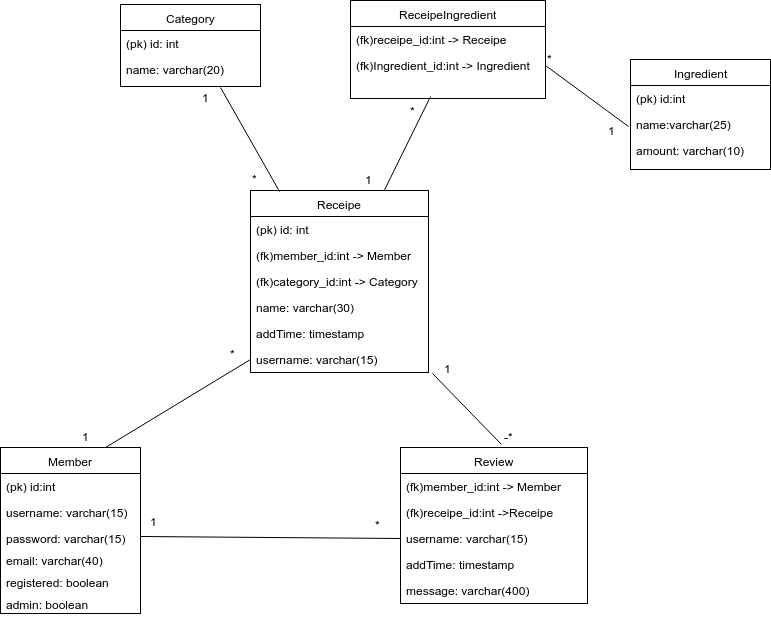
Before: doc/Tsoha-dokkarit/Relaatiotietokantakaavio.png, a diagram exported from draw.io (Zappi/Tsoha-Bootstrap). Source tidied: cells renumbered, new cells last; positions are measured from the earlier drawing's top-left corner, leaving out a move shared by most shapes. Its diagram source:
```xml
<mxGraphModel>
  <root>
    <mxCell id="0" />
    <mxCell id="1" parent="0" />
    <mxCell id="2" value="ReceipeIngredient" style="swimlane;html=1;fontStyle=0;horizontal=1;startSize=26;fillColor=none;swimlaneFillColor=#ffffff;" parent="1" vertex="1">
      <mxGeometry x="350" width="195" height="98" as="geometry" />
    </mxCell>
    <mxCell id="3" value="(fk)receipe_id:int -&amp;gt; Receipe" style="text;html=1;strokeColor=none;fillColor=none;align=left;verticalAlign=top;spacingLeft=4;spacingRight=4;whiteSpace=wrap;overflow=hidden;" parent="2" vertex="1">
      <mxGeometry y="26" width="195" height="26" as="geometry" />
    </mxCell>
    <mxCell id="4" value="(fk)Ingredient_id:int -&amp;gt; Ingredient&lt;div&gt;&lt;br&gt;&lt;/div&gt;" style="text;html=1;strokeColor=none;fillColor=none;align=left;verticalAlign=top;spacingLeft=4;spacingRight=4;whiteSpace=wrap;overflow=hidden;points=[[0,0.5],[1,0.5]];portConstraint=eastwest;" parent="2" vertex="1">
      <mxGeometry y="52" width="195" height="26" as="geometry" />
    </mxCell>
    <mxCell id="5" value="Ingredient" style="swimlane;html=1;fontStyle=0;horizontal=1;startSize=26;fillColor=none;swimlaneFillColor=#ffffff;" parent="1" vertex="1">
      <mxGeometry x="630" y="59" width="140" height="110" as="geometry" />
    </mxCell>
    <mxCell id="6" value="(pk) id:int" style="text;html=1;strokeColor=none;fillColor=none;align=left;verticalAlign=top;spacingLeft=4;spacingRight=4;whiteSpace=wrap;overflow=hidden;" parent="5" vertex="1">
      <mxGeometry y="26" width="140" height="26" as="geometry" />
    </mxCell>
    <mxCell id="7" value="name:varchar(25)" style="text;html=1;strokeColor=none;fillColor=none;align=left;verticalAlign=top;spacingLeft=4;spacingRight=4;whiteSpace=wrap;overflow=hidden;" parent="5" vertex="1">
      <mxGeometry y="52" width="140" height="26" as="geometry" />
    </mxCell>
    <mxCell id="8" value="amount: varchar(10)" style="text;html=1;strokeColor=none;fillColor=none;align=left;verticalAlign=top;spacingLeft=4;spacingRight=4;whiteSpace=wrap;overflow=hidden;" parent="5" vertex="1">
      <mxGeometry y="78" width="140" height="26" as="geometry" />
    </mxCell>
    <mxCell id="9" value="Receipe" style="swimlane;html=1;fontStyle=0;horizontal=1;startSize=26;fillColor=none;swimlaneFillColor=#ffffff;" parent="1" vertex="1">
      <mxGeometry x="250" y="190" width="178" height="182" as="geometry" />
    </mxCell>
    <mxCell id="10" value="(pk) id: int" style="text;html=1;strokeColor=none;fillColor=none;align=left;verticalAlign=top;spacingLeft=4;spacingRight=4;whiteSpace=wrap;overflow=hidden;" parent="9" vertex="1">
      <mxGeometry y="26" width="178" height="26" as="geometry" />
    </mxCell>
    <mxCell id="11" value="(fk)member_id:int -&amp;gt; Member" style="text;html=1;strokeColor=none;fillColor=none;align=left;verticalAlign=top;spacingLeft=4;spacingRight=4;whiteSpace=wrap;overflow=hidden;" parent="9" vertex="1">
      <mxGeometry y="52" width="178" height="26" as="geometry" />
    </mxCell>
    <mxCell id="12" value="(fk)category_id:int -&amp;gt; Category" style="text;html=1;strokeColor=none;fillColor=none;align=left;verticalAlign=top;spacingLeft=4;spacingRight=4;whiteSpace=wrap;overflow=hidden;" parent="9" vertex="1">
      <mxGeometry y="78" width="178" height="26" as="geometry" />
    </mxCell>
    <mxCell id="13" value="name: varchar(30)" style="text;html=1;strokeColor=none;fillColor=none;align=left;verticalAlign=top;spacingLeft=4;spacingRight=4;whiteSpace=wrap;overflow=hidden;" parent="9" vertex="1">
      <mxGeometry y="104" width="178" height="26" as="geometry" />
    </mxCell>
    <mxCell id="14" value="addTime: timestamp" style="text;html=1;strokeColor=none;fillColor=none;align=left;verticalAlign=top;spacingLeft=4;spacingRight=4;whiteSpace=wrap;overflow=hidden;" parent="9" vertex="1">
      <mxGeometry y="130" width="178" height="26" as="geometry" />
    </mxCell>
    <mxCell id="15" value="username: varchar(15)" style="text;html=1;strokeColor=none;fillColor=none;align=left;verticalAlign=top;spacingLeft=4;spacingRight=4;whiteSpace=wrap;overflow=hidden;points=[[0,0.5],[1,0.5]];portConstraint=eastwest;" parent="9" vertex="1">
      <mxGeometry y="156" width="178" height="26" as="geometry" />
    </mxCell>
    <mxCell id="16" value="Member" style="swimlane;html=1;fontStyle=0;horizontal=1;startSize=26;fillColor=none;swimlaneFillColor=#ffffff;" parent="1" vertex="1">
      <mxGeometry y="447" width="140" height="166" as="geometry" />
    </mxCell>
    <mxCell id="17" value="(pk) id:int&lt;div&gt;&lt;br&gt;&lt;/div&gt;" style="text;html=1;strokeColor=none;fillColor=none;align=left;verticalAlign=top;spacingLeft=4;spacingRight=4;whiteSpace=wrap;overflow=hidden;" parent="16" vertex="1">
      <mxGeometry y="26" width="140" height="26" as="geometry" />
    </mxCell>
    <mxCell id="18" value="username: varchar(15)&lt;div&gt;&lt;br&gt;&lt;/div&gt;" style="text;html=1;strokeColor=none;fillColor=none;align=left;verticalAlign=top;spacingLeft=4;spacingRight=4;whiteSpace=wrap;overflow=hidden;" parent="16" vertex="1">
      <mxGeometry y="52" width="140" height="26" as="geometry" />
    </mxCell>
    <mxCell id="19" value="password: varchar(15)&lt;div&gt;&lt;br&gt;&lt;/div&gt;" style="text;html=1;strokeColor=none;fillColor=none;align=left;verticalAlign=top;spacingLeft=4;spacingRight=4;whiteSpace=wrap;overflow=hidden;points=[[0,0.5],[1,0.5]];portConstraint=eastwest;" parent="16" vertex="1">
      <mxGeometry y="78" width="140" height="22" as="geometry" />
    </mxCell>
    <mxCell id="20" value="email: varchar(40)" style="text;html=1;strokeColor=none;fillColor=none;align=left;verticalAlign=top;spacingLeft=4;spacingRight=4;whiteSpace=wrap;overflow=hidden;" parent="16" vertex="1">
      <mxGeometry y="100" width="140" height="22" as="geometry" />
    </mxCell>
    <mxCell id="21" value="registered: boolean" style="text;html=1;strokeColor=none;fillColor=none;align=left;verticalAlign=top;spacingLeft=4;spacingRight=4;whiteSpace=wrap;overflow=hidden;" parent="16" vertex="1">
      <mxGeometry y="122" width="140" height="22" as="geometry" />
    </mxCell>
    <mxCell id="22" value="admin: boolean" style="text;html=1;strokeColor=none;fillColor=none;align=left;verticalAlign=top;spacingLeft=4;spacingRight=4;whiteSpace=wrap;overflow=hidden;" parent="16" vertex="1">
      <mxGeometry y="144" width="140" height="22" as="geometry" />
    </mxCell>
    <mxCell id="23" value="&lt;div&gt;Review&lt;/div&gt;" style="swimlane;html=1;fontStyle=0;horizontal=1;startSize=26;fillColor=none;swimlaneFillColor=#ffffff;" parent="1" vertex="1">
      <mxGeometry x="400" y="447" width="187" height="156" as="geometry" />
    </mxCell>
    <mxCell id="24" value="(fk)member_id:int -&amp;gt; Member" style="text;html=1;strokeColor=none;fillColor=none;align=left;verticalAlign=top;spacingLeft=4;spacingRight=4;whiteSpace=wrap;overflow=hidden;" parent="23" vertex="1">
      <mxGeometry y="26" width="187" height="26" as="geometry" />
    </mxCell>
    <mxCell id="25" value="(fk)receipe_id:int -&amp;gt;Receipe" style="text;html=1;strokeColor=none;fillColor=none;align=left;verticalAlign=top;spacingLeft=4;spacingRight=4;whiteSpace=wrap;overflow=hidden;" parent="23" vertex="1">
      <mxGeometry y="52" width="187" height="26" as="geometry" />
    </mxCell>
    <mxCell id="26" value="username: varchar(15)" style="text;html=1;strokeColor=none;fillColor=none;align=left;verticalAlign=top;spacingLeft=4;spacingRight=4;whiteSpace=wrap;overflow=hidden;points=[[0,0.5],[1,0.5]];portConstraint=eastwest;" parent="23" vertex="1">
      <mxGeometry y="78" width="187" height="26" as="geometry" />
    </mxCell>
    <mxCell id="27" value="addTime: timestamp" style="text;html=1;strokeColor=none;fillColor=none;align=left;verticalAlign=top;spacingLeft=4;spacingRight=4;whiteSpace=wrap;overflow=hidden;" parent="23" vertex="1">
      <mxGeometry y="104" width="187" height="26" as="geometry" />
    </mxCell>
    <mxCell id="28" value="message: varchar(400)" style="text;html=1;strokeColor=none;fillColor=none;align=left;verticalAlign=top;spacingLeft=4;spacingRight=4;whiteSpace=wrap;overflow=hidden;" parent="23" vertex="1">
      <mxGeometry y="130" width="187" height="26" as="geometry" />
    </mxCell>
    <mxCell id="29" value="Category" style="swimlane;html=1;fontStyle=0;horizontal=1;startSize=26;fillColor=none;swimlaneFillColor=#ffffff;" parent="1" vertex="1">
      <mxGeometry x="120" y="4" width="140" height="82" as="geometry" />
    </mxCell>
    <mxCell id="30" value="(pk) id: int" style="text;html=1;strokeColor=none;fillColor=none;align=left;verticalAlign=top;spacingLeft=4;spacingRight=4;whiteSpace=wrap;overflow=hidden;" parent="29" vertex="1">
      <mxGeometry y="26" width="140" height="26" as="geometry" />
    </mxCell>
    <mxCell id="31" value="name: varchar(20)" style="text;html=1;strokeColor=none;fillColor=none;align=left;verticalAlign=top;spacingLeft=4;spacingRight=4;whiteSpace=wrap;overflow=hidden;" parent="29" vertex="1">
      <mxGeometry y="52" width="140" height="26" as="geometry" />
    </mxCell>
    <mxCell id="32" style="endArrow=none;html=1;entryX=0;entryY=0.5;exitX=1;exitY=0.5;" parent="1" edge="1" source="19" target="26">
      <mxGeometry relative="1" as="geometry" />
    </mxCell>
    <mxCell id="33" style="endArrow=none;html=1;entryX=1.022;entryY=1.038;entryPerimeter=0;exitX=0.54;exitY=-0.019;exitPerimeter=0;" parent="1" edge="1" source="23" target="15">
      <mxGeometry relative="1" as="geometry" />
    </mxCell>
    <mxCell id="34" value="1" style="text;html=1;align=left;verticalAlign=top;spacingTop=-4;" parent="1" vertex="1">
      <mxGeometry x="148" y="512" width="20" height="20" as="geometry" />
    </mxCell>
    <mxCell id="35" value="*" style="text;html=1;align=left;verticalAlign=top;spacingTop=-4;" parent="1" vertex="1">
      <mxGeometry x="373" y="515" width="20" height="20" as="geometry" />
    </mxCell>
    <mxCell id="36" style="endArrow=none;html=1;exitX=0.163;exitY=0.005;exitPerimeter=0;" parent="1" edge="1" source="9">
      <mxGeometry relative="1" as="geometry">
        <mxPoint x="220" y="87" as="targetPoint" />
      </mxGeometry>
    </mxCell>
    <mxCell id="37" style="endArrow=none;html=1;" parent="1" edge="1" source="9">
      <mxGeometry relative="1" as="geometry">
        <mxPoint x="430" y="96" as="targetPoint" />
      </mxGeometry>
    </mxCell>
    <mxCell id="38" style="endArrow=none;html=1;exitX=1;exitY=0.5;" parent="1" edge="1" source="4">
      <mxGeometry relative="1" as="geometry">
        <mxPoint x="628" y="126" as="targetPoint" />
      </mxGeometry>
    </mxCell>
    <mxCell id="39" value="1" style="text;html=1;align=left;verticalAlign=top;spacingTop=-4;" parent="1" vertex="1">
      <mxGeometry x="200" y="88" width="20" height="20" as="geometry" />
    </mxCell>
    <mxCell id="40" value="*" style="text;html=1;align=left;verticalAlign=top;spacingTop=-4;" parent="1" vertex="1">
      <mxGeometry x="250" y="169" width="20" height="20" as="geometry" />
    </mxCell>
    <mxCell id="41" value="*" style="text;html=1;align=left;verticalAlign=top;spacingTop=-4;" parent="1" vertex="1">
      <mxGeometry x="408" y="101" width="20" height="20" as="geometry" />
    </mxCell>
    <mxCell id="42" value="*" style="text;html=1;align=left;verticalAlign=top;spacingTop=-4;" parent="1" vertex="1">
      <mxGeometry x="545" y="49" width="20" height="20" as="geometry" />
    </mxCell>
    <mxCell id="43" value="1" style="text;html=1;align=left;verticalAlign=top;spacingTop=-4;" parent="1" vertex="1">
      <mxGeometry x="363" y="170" width="20" height="20" as="geometry" />
    </mxCell>
    <mxCell id="44" value="1" style="text;html=1;align=left;verticalAlign=top;spacingTop=-4;" parent="1" vertex="1">
      <mxGeometry x="606" y="121" width="20" height="20" as="geometry" />
    </mxCell>
    <mxCell id="45" style="endArrow=none;html=1;entryX=0;entryY=0.5;exitX=0.75;exitY=0;" parent="1" edge="1" source="16" target="15">
      <mxGeometry relative="1" as="geometry" />
    </mxCell>
    <mxCell id="46" value="1" style="text;html=1;align=left;verticalAlign=top;spacingTop=-4;" parent="1" vertex="1">
      <mxGeometry x="80" y="427" width="20" height="20" as="geometry" />
    </mxCell>
    <mxCell id="47" value="*" style="text;html=1;align=left;verticalAlign=top;spacingTop=-4;" parent="1" vertex="1">
      <mxGeometry x="228" y="344" width="20" height="20" as="geometry" />
    </mxCell>
    <mxCell id="48" value="1" style="text;html=1;align=left;verticalAlign=top;spacingTop=-4;" parent="1" vertex="1">
      <mxGeometry x="442" y="359" width="20" height="20" as="geometry" />
    </mxCell>
    <mxCell id="49" value="-*" style="text;html=1;align=left;verticalAlign=top;spacingTop=-4;" parent="1" vertex="1">
      <mxGeometry x="502" y="427" width="20" height="20" as="geometry" />
    </mxCell>
  </root>
</mxGraphModel>
```
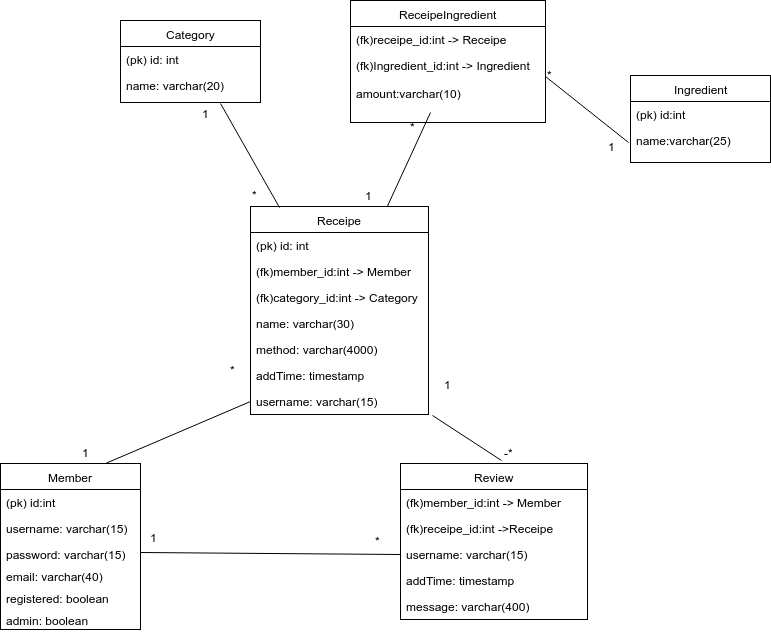
Later version of the same file.

Change to the diagram source:
```diff
@@ -3,16 +3,16 @@
     <mxCell id="0" />
     <mxCell id="1" parent="0" />
     <mxCell id="2" value="ReceipeIngredient" style="swimlane;html=1;fontStyle=0;horizontal=1;startSize=26;fillColor=none;swimlaneFillColor=#ffffff;" parent="1" vertex="1">
-      <mxGeometry x="350" width="195" height="98" as="geometry" />
+      <mxGeometry x="350" y="-16" width="195" height="122" as="geometry" />
     </mxCell>
     <mxCell id="3" value="(fk)receipe_id:int -&amp;gt; Receipe" style="text;html=1;strokeColor=none;fillColor=none;align=left;verticalAlign=top;spacingLeft=4;spacingRight=4;whiteSpace=wrap;overflow=hidden;" parent="2" vertex="1">
       <mxGeometry y="26" width="195" height="26" as="geometry" />
     </mxCell>
-    <mxCell id="4" value="(fk)Ingredient_id:int -&amp;gt; Ingredient&lt;div&gt;&lt;br&gt;&lt;/div&gt;" style="text;html=1;strokeColor=none;fillColor=none;align=left;verticalAlign=top;spacingLeft=4;spacingRight=4;whiteSpace=wrap;overflow=hidden;points=[[0,0.5],[1,0.5]];portConstraint=eastwest;" parent="2" vertex="1">
-      <mxGeometry y="52" width="195" height="26" as="geometry" />
+    <mxCell id="4" value="(fk)Ingredient_id:int -&amp;gt; Ingredient&lt;div&gt;&lt;br&gt;&lt;/div&gt;&lt;div&gt;amount:varchar(10)&lt;/div&gt;&lt;div&gt;&lt;br&gt;&lt;/div&gt;" style="text;html=1;strokeColor=none;fillColor=none;align=left;verticalAlign=top;spacingLeft=4;spacingRight=4;whiteSpace=wrap;overflow=hidden;points=[[0,0.5],[1,0.5]];portConstraint=eastwest;" parent="2" vertex="1">
+      <mxGeometry y="52" width="195" height="48" as="geometry" />
     </mxCell>
     <mxCell id="5" value="Ingredient" style="swimlane;html=1;fontStyle=0;horizontal=1;startSize=26;fillColor=none;swimlaneFillColor=#ffffff;" parent="1" vertex="1">
-      <mxGeometry x="630" y="59" width="140" height="110" as="geometry" />
+      <mxGeometry x="630" y="59" width="140" height="87" as="geometry" />
     </mxCell>
     <mxCell id="6" value="(pk) id:int" style="text;html=1;strokeColor=none;fillColor=none;align=left;verticalAlign=top;spacingLeft=4;spacingRight=4;whiteSpace=wrap;overflow=hidden;" parent="5" vertex="1">
       <mxGeometry y="26" width="140" height="26" as="geometry" />
@@ -20,11 +20,8 @@
     <mxCell id="7" value="name:varchar(25)" style="text;html=1;strokeColor=none;fillColor=none;align=left;verticalAlign=top;spacingLeft=4;spacingRight=4;whiteSpace=wrap;overflow=hidden;" parent="5" vertex="1">
       <mxGeometry y="52" width="140" height="26" as="geometry" />
     </mxCell>
-    <mxCell id="8" value="amount: varchar(10)" style="text;html=1;strokeColor=none;fillColor=none;align=left;verticalAlign=top;spacingLeft=4;spacingRight=4;whiteSpace=wrap;overflow=hidden;" parent="5" vertex="1">
-      <mxGeometry y="78" width="140" height="26" as="geometry" />
-    </mxCell>
     <mxCell id="9" value="Receipe" style="swimlane;html=1;fontStyle=0;horizontal=1;startSize=26;fillColor=none;swimlaneFillColor=#ffffff;" parent="1" vertex="1">
-      <mxGeometry x="250" y="190" width="178" height="182" as="geometry" />
+      <mxGeometry x="250" y="190" width="178" height="208" as="geometry" />
     </mxCell>
     <mxCell id="10" value="(pk) id: int" style="text;html=1;strokeColor=none;fillColor=none;align=left;verticalAlign=top;spacingLeft=4;spacingRight=4;whiteSpace=wrap;overflow=hidden;" parent="9" vertex="1">
       <mxGeometry y="26" width="178" height="26" as="geometry" />
@@ -38,11 +35,14 @@
     <mxCell id="13" value="name: varchar(30)" style="text;html=1;strokeColor=none;fillColor=none;align=left;verticalAlign=top;spacingLeft=4;spacingRight=4;whiteSpace=wrap;overflow=hidden;" parent="9" vertex="1">
       <mxGeometry y="104" width="178" height="26" as="geometry" />
     </mxCell>
+    <mxCell id="50" value="method: varchar(4000)" style="text;html=1;strokeColor=none;fillColor=none;align=left;verticalAlign=top;spacingLeft=4;spacingRight=4;whiteSpace=wrap;overflow=hidden;" parent="9" vertex="1">
+      <mxGeometry y="130" width="178" height="26" as="geometry" />
+    </mxCell>
     <mxCell id="14" value="addTime: timestamp" style="text;html=1;strokeColor=none;fillColor=none;align=left;verticalAlign=top;spacingLeft=4;spacingRight=4;whiteSpace=wrap;overflow=hidden;" parent="9" vertex="1">
-      <mxGeometry y="130" width="178" height="26" as="geometry" />
+      <mxGeometry y="156" width="178" height="26" as="geometry" />
     </mxCell>
     <mxCell id="15" value="username: varchar(15)" style="text;html=1;strokeColor=none;fillColor=none;align=left;verticalAlign=top;spacingLeft=4;spacingRight=4;whiteSpace=wrap;overflow=hidden;points=[[0,0.5],[1,0.5]];portConstraint=eastwest;" parent="9" vertex="1">
-      <mxGeometry y="156" width="178" height="26" as="geometry" />
+      <mxGeometry y="182" width="178" height="26" as="geometry" />
     </mxCell>
     <mxCell id="16" value="Member" style="swimlane;html=1;fontStyle=0;horizontal=1;startSize=26;fillColor=none;swimlaneFillColor=#ffffff;" parent="1" vertex="1">
       <mxGeometry y="447" width="140" height="166" as="geometry" />
```
